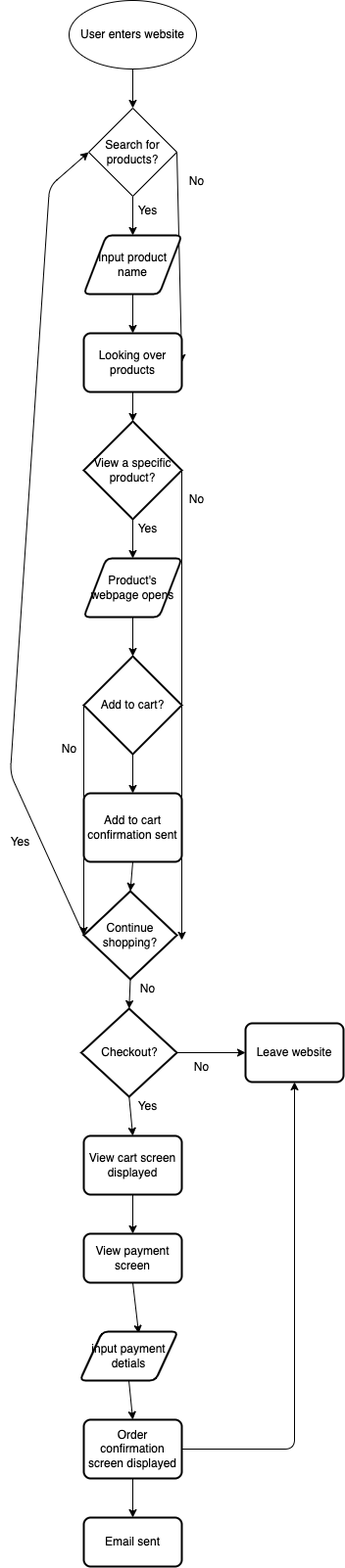
The draw.io diagram explore/diagramming/diagram.drawio.png in akrovvidi/sp24-cse110-lab4, before a commit. Source tidied: cells renumbered, new cells last; positions are measured from the earlier drawing's top-left corner, leaving out a move shared by most shapes. Source of this version:
```xml
<mxGraphModel>
  <root>
    <mxCell id="0" />
    <mxCell id="1" parent="0" />
    <mxCell id="2" style="edgeStyle=none;html=1;exitX=0.5;exitY=1;exitDx=0;exitDy=0;" parent="1" edge="1" source="3" target="6">
      <mxGeometry relative="1" as="geometry" />
    </mxCell>
    <mxCell id="3" value="User enters website" style="ellipse;whiteSpace=wrap;html=1;" parent="1" vertex="1">
      <mxGeometry x="70" width="130" height="70" as="geometry" />
    </mxCell>
    <mxCell id="4" style="edgeStyle=none;html=1;exitX=0.5;exitY=1;exitDx=0;exitDy=0;entryX=0.5;entryY=0;entryDx=0;entryDy=0;" parent="1" edge="1" source="6" target="8">
      <mxGeometry relative="1" as="geometry" />
    </mxCell>
    <mxCell id="5" style="edgeStyle=none;html=1;exitX=1;exitY=0.5;exitDx=0;exitDy=0;entryX=1;entryY=0.5;entryDx=0;entryDy=0;" parent="1" edge="1" source="6" target="10">
      <mxGeometry relative="1" as="geometry" />
    </mxCell>
    <mxCell id="6" value="Search for products?" style="rhombus;whiteSpace=wrap;html=1;" parent="1" vertex="1">
      <mxGeometry x="90" y="110" width="90" height="90" as="geometry" />
    </mxCell>
    <mxCell id="7" style="edgeStyle=none;html=1;exitX=0.5;exitY=1;exitDx=0;exitDy=0;entryX=0.5;entryY=0;entryDx=0;entryDy=0;" parent="1" edge="1" source="8" target="10">
      <mxGeometry relative="1" as="geometry" />
    </mxCell>
    <mxCell id="8" value="Input product name" style="shape=parallelogram;html=1;strokeWidth=2;perimeter=parallelogramPerimeter;whiteSpace=wrap;rounded=1;arcSize=12;size=0.23;" parent="1" vertex="1">
      <mxGeometry x="85" y="240" width="100" height="60" as="geometry" />
    </mxCell>
    <mxCell id="9" style="edgeStyle=none;html=1;exitX=0.5;exitY=1;exitDx=0;exitDy=0;entryX=0.5;entryY=0;entryDx=0;entryDy=0;entryPerimeter=0;" parent="1" edge="1" source="10" target="13">
      <mxGeometry relative="1" as="geometry" />
    </mxCell>
    <mxCell id="10" value="Looking over products" style="rounded=1;whiteSpace=wrap;html=1;absoluteArcSize=1;arcSize=14;strokeWidth=2;" parent="1" vertex="1">
      <mxGeometry x="85" y="340" width="100" height="60" as="geometry" />
    </mxCell>
    <mxCell id="11" style="edgeStyle=none;html=1;exitX=0.5;exitY=1;exitDx=0;exitDy=0;exitPerimeter=0;entryX=0.5;entryY=0;entryDx=0;entryDy=0;" parent="1" edge="1" source="13" target="18">
      <mxGeometry relative="1" as="geometry" />
    </mxCell>
    <mxCell id="12" style="edgeStyle=none;html=1;exitX=1;exitY=0.5;exitDx=0;exitDy=0;exitPerimeter=0;" parent="1" edge="1" source="13">
      <mxGeometry relative="1" as="geometry">
        <mxPoint x="185" y="960" as="targetPoint" />
      </mxGeometry>
    </mxCell>
    <mxCell id="13" value="View a specific product?" style="strokeWidth=2;html=1;shape=mxgraph.flowchart.decision;whiteSpace=wrap;" parent="1" vertex="1">
      <mxGeometry x="85" y="430" width="100" height="100" as="geometry" />
    </mxCell>
    <mxCell id="14" style="edgeStyle=none;html=1;exitX=0;exitY=0.5;exitDx=0;exitDy=0;exitPerimeter=0;entryX=0;entryY=0.5;entryDx=0;entryDy=0;entryPerimeter=0;" parent="1" edge="1" source="16" target="21">
      <mxGeometry relative="1" as="geometry" />
    </mxCell>
    <mxCell id="15" style="edgeStyle=none;html=1;exitX=0.5;exitY=1;exitDx=0;exitDy=0;exitPerimeter=0;entryX=0.5;entryY=0;entryDx=0;entryDy=0;" parent="1" edge="1" source="16" target="26">
      <mxGeometry relative="1" as="geometry" />
    </mxCell>
    <mxCell id="16" value="Add to cart?" style="strokeWidth=2;html=1;shape=mxgraph.flowchart.decision;whiteSpace=wrap;" parent="1" vertex="1">
      <mxGeometry x="85" y="670" width="100" height="100" as="geometry" />
    </mxCell>
    <mxCell id="17" style="edgeStyle=none;html=1;exitX=0.5;exitY=1;exitDx=0;exitDy=0;entryX=0.5;entryY=0;entryDx=0;entryDy=0;entryPerimeter=0;" parent="1" edge="1" source="18" target="16">
      <mxGeometry relative="1" as="geometry" />
    </mxCell>
    <mxCell id="18" value="Product's webpage opens" style="shape=parallelogram;html=1;strokeWidth=2;perimeter=parallelogramPerimeter;whiteSpace=wrap;rounded=1;arcSize=12;size=0.23;" parent="1" vertex="1">
      <mxGeometry x="85" y="570" width="100" height="60" as="geometry" />
    </mxCell>
    <mxCell id="19" style="edgeStyle=none;html=1;exitX=0.5;exitY=1;exitDx=0;exitDy=0;exitPerimeter=0;entryX=0.5;entryY=0;entryDx=0;entryDy=0;entryPerimeter=0;" parent="1" edge="1" source="21" target="24">
      <mxGeometry relative="1" as="geometry" />
    </mxCell>
    <mxCell id="20" style="edgeStyle=none;html=1;exitX=0;exitY=0.5;exitDx=0;exitDy=0;exitPerimeter=0;entryX=0;entryY=0.5;entryDx=0;entryDy=0;" parent="1" edge="1" source="21" target="6">
      <mxGeometry relative="1" as="geometry">
        <Array as="points">
          <mxPoint x="10" y="790" />
          <mxPoint x="50" y="190" />
        </Array>
      </mxGeometry>
    </mxCell>
    <mxCell id="21" value="Continue shopping?" style="strokeWidth=2;html=1;shape=mxgraph.flowchart.decision;whiteSpace=wrap;" parent="1" vertex="1">
      <mxGeometry x="85" y="910" width="95" height="90" as="geometry" />
    </mxCell>
    <mxCell id="22" style="edgeStyle=none;html=1;exitX=0.5;exitY=1;exitDx=0;exitDy=0;exitPerimeter=0;entryX=0.5;entryY=0;entryDx=0;entryDy=0;" parent="1" edge="1" source="24" target="28">
      <mxGeometry relative="1" as="geometry" />
    </mxCell>
    <mxCell id="23" style="edgeStyle=none;html=1;exitX=1;exitY=0.5;exitDx=0;exitDy=0;exitPerimeter=0;entryX=0;entryY=0.5;entryDx=0;entryDy=0;" parent="1" edge="1" source="24" target="45">
      <mxGeometry relative="1" as="geometry" />
    </mxCell>
    <mxCell id="24" value="Checkout?" style="strokeWidth=2;html=1;shape=mxgraph.flowchart.decision;whiteSpace=wrap;" parent="1" vertex="1">
      <mxGeometry x="82.5" y="1030" width="97.5" height="90" as="geometry" />
    </mxCell>
    <mxCell id="25" style="edgeStyle=none;html=1;exitX=0.5;exitY=1;exitDx=0;exitDy=0;entryX=0.5;entryY=0;entryDx=0;entryDy=0;entryPerimeter=0;" parent="1" edge="1" source="26" target="21">
      <mxGeometry relative="1" as="geometry" />
    </mxCell>
    <mxCell id="26" value="Add to cart confirmation sent" style="rounded=1;whiteSpace=wrap;html=1;absoluteArcSize=1;arcSize=14;strokeWidth=2;" parent="1" vertex="1">
      <mxGeometry x="85" y="810" width="100" height="70" as="geometry" />
    </mxCell>
    <mxCell id="27" style="edgeStyle=none;html=1;exitX=0.5;exitY=1;exitDx=0;exitDy=0;entryX=0.5;entryY=0;entryDx=0;entryDy=0;" parent="1" edge="1" source="28" target="30">
      <mxGeometry relative="1" as="geometry" />
    </mxCell>
    <mxCell id="28" value="View cart screen displayed" style="rounded=1;whiteSpace=wrap;html=1;absoluteArcSize=1;arcSize=14;strokeWidth=2;" parent="1" vertex="1">
      <mxGeometry x="85" y="1160" width="100" height="60" as="geometry" />
    </mxCell>
    <mxCell id="29" style="edgeStyle=none;html=1;exitX=0.5;exitY=1;exitDx=0;exitDy=0;entryX=0.6;entryY=0.037;entryDx=0;entryDy=0;entryPerimeter=0;" parent="1" edge="1" source="30" target="32">
      <mxGeometry relative="1" as="geometry" />
    </mxCell>
    <mxCell id="30" value="View payment screen" style="rounded=1;whiteSpace=wrap;html=1;absoluteArcSize=1;arcSize=14;strokeWidth=2;" parent="1" vertex="1">
      <mxGeometry x="85" y="1260" width="100" height="50" as="geometry" />
    </mxCell>
    <mxCell id="31" style="edgeStyle=none;html=1;exitX=0.5;exitY=1;exitDx=0;exitDy=0;entryX=0.5;entryY=0;entryDx=0;entryDy=0;" parent="1" edge="1" source="32" target="35">
      <mxGeometry relative="1" as="geometry" />
    </mxCell>
    <mxCell id="32" value="input payment detials" style="shape=parallelogram;html=1;strokeWidth=2;perimeter=parallelogramPerimeter;whiteSpace=wrap;rounded=1;arcSize=12;size=0.23;" parent="1" vertex="1">
      <mxGeometry x="81" y="1360" width="100" height="50" as="geometry" />
    </mxCell>
    <mxCell id="33" style="edgeStyle=none;html=1;exitX=0.5;exitY=1;exitDx=0;exitDy=0;entryX=0.5;entryY=0;entryDx=0;entryDy=0;" parent="1" edge="1" source="35" target="36">
      <mxGeometry relative="1" as="geometry" />
    </mxCell>
    <mxCell id="34" style="edgeStyle=none;html=1;exitX=1;exitY=0.5;exitDx=0;exitDy=0;entryX=0.5;entryY=1;entryDx=0;entryDy=0;" parent="1" edge="1" source="35" target="45">
      <mxGeometry relative="1" as="geometry">
        <Array as="points">
          <mxPoint x="300" y="1480" />
        </Array>
      </mxGeometry>
    </mxCell>
    <mxCell id="35" value="Order confirmation screen displayed" style="rounded=1;whiteSpace=wrap;html=1;absoluteArcSize=1;arcSize=14;strokeWidth=2;" parent="1" vertex="1">
      <mxGeometry x="85" y="1450" width="100" height="60" as="geometry" />
    </mxCell>
    <mxCell id="36" value="Email sent" style="rounded=1;whiteSpace=wrap;html=1;absoluteArcSize=1;arcSize=14;strokeWidth=2;" parent="1" vertex="1">
      <mxGeometry x="85" y="1550" width="100" height="50" as="geometry" />
    </mxCell>
    <mxCell id="37" value="Yes" style="text;html=1;align=center;verticalAlign=middle;strokeColor=none;fillColor=none;" parent="1" vertex="1">
      <mxGeometry x="130" y="200" width="40" height="30" as="geometry" />
    </mxCell>
    <mxCell id="38" value="No&lt;br&gt;" style="text;html=1;align=center;verticalAlign=middle;strokeColor=none;fillColor=none;" parent="1" vertex="1">
      <mxGeometry x="180" y="170" width="40" height="30" as="geometry" />
    </mxCell>
    <mxCell id="39" value="Yes&lt;br&gt;" style="text;html=1;align=center;verticalAlign=middle;strokeColor=none;fillColor=none;" parent="1" vertex="1">
      <mxGeometry x="130" y="525" width="40" height="30" as="geometry" />
    </mxCell>
    <mxCell id="40" value="No&lt;br&gt;" style="text;html=1;align=center;verticalAlign=middle;strokeColor=none;fillColor=none;" parent="1" vertex="1">
      <mxGeometry x="180" y="495" width="40" height="30" as="geometry" />
    </mxCell>
    <mxCell id="41" value="No&lt;br&gt;" style="text;html=1;align=center;verticalAlign=middle;strokeColor=none;fillColor=none;" parent="1" vertex="1">
      <mxGeometry x="50" y="750" width="40" height="30" as="geometry" />
    </mxCell>
    <mxCell id="42" value="No" style="text;html=1;align=center;verticalAlign=middle;strokeColor=none;fillColor=none;" parent="1" vertex="1">
      <mxGeometry x="130" y="995" width="40" height="30" as="geometry" />
    </mxCell>
    <mxCell id="43" value="Yes&lt;br&gt;" style="text;html=1;align=center;verticalAlign=middle;strokeColor=none;fillColor=none;" parent="1" vertex="1">
      <mxGeometry y="845" width="40" height="30" as="geometry" />
    </mxCell>
    <mxCell id="44" value="Yes" style="text;html=1;align=center;verticalAlign=middle;strokeColor=none;fillColor=none;" parent="1" vertex="1">
      <mxGeometry x="130" y="1115" width="40" height="30" as="geometry" />
    </mxCell>
    <mxCell id="45" value="Leave website" style="rounded=1;whiteSpace=wrap;html=1;absoluteArcSize=1;arcSize=14;strokeWidth=2;" parent="1" vertex="1">
      <mxGeometry x="250" y="1045" width="100" height="60" as="geometry" />
    </mxCell>
    <mxCell id="46" value="No" style="text;html=1;align=center;verticalAlign=middle;strokeColor=none;fillColor=none;" parent="1" vertex="1">
      <mxGeometry x="185" y="1075" width="40" height="30" as="geometry" />
    </mxCell>
  </root>
</mxGraphModel>
```
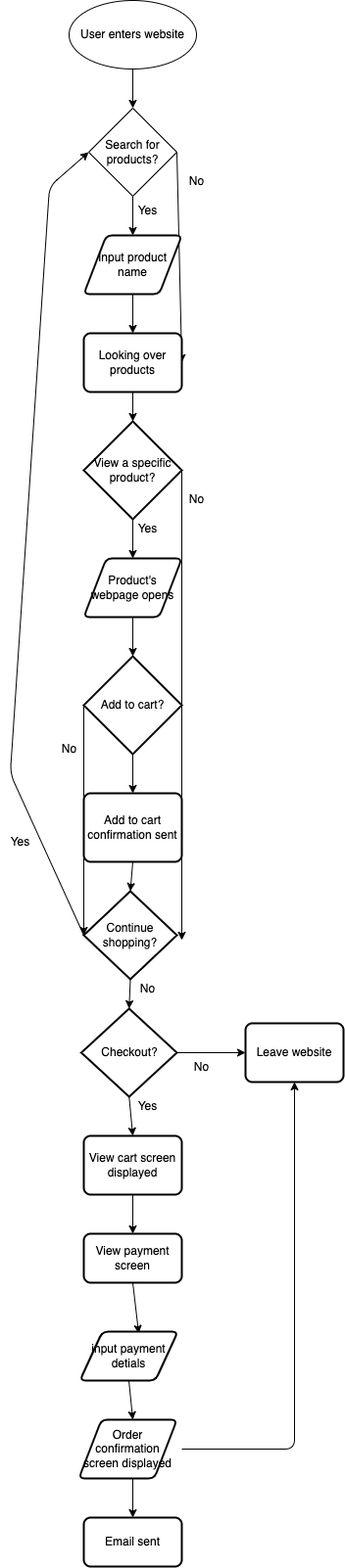
The same diagram one commit later.

What changed in the source:
```diff
@@ -96,25 +96,27 @@
     <mxCell id="30" value="View payment screen" style="rounded=1;whiteSpace=wrap;html=1;absoluteArcSize=1;arcSize=14;strokeWidth=2;" parent="1" vertex="1">
       <mxGeometry x="85" y="1260" width="100" height="50" as="geometry" />
     </mxCell>
-    <mxCell id="31" style="edgeStyle=none;html=1;exitX=0.5;exitY=1;exitDx=0;exitDy=0;entryX=0.5;entryY=0;entryDx=0;entryDy=0;" parent="1" edge="1" source="32" target="35">
-      <mxGeometry relative="1" as="geometry" />
+    <mxCell id="31" style="edgeStyle=none;html=1;exitX=0.5;exitY=1;exitDx=0;exitDy=0;entryX=0.5;entryY=0;entryDx=0;entryDy=0;" parent="1" edge="1" source="32">
+      <mxGeometry relative="1" as="geometry">
+        <mxPoint x="135" y="1450" as="targetPoint" />
+      </mxGeometry>
     </mxCell>
     <mxCell id="32" value="input payment detials" style="shape=parallelogram;html=1;strokeWidth=2;perimeter=parallelogramPerimeter;whiteSpace=wrap;rounded=1;arcSize=12;size=0.23;" parent="1" vertex="1">
       <mxGeometry x="81" y="1360" width="100" height="50" as="geometry" />
     </mxCell>
-    <mxCell id="33" style="edgeStyle=none;html=1;exitX=0.5;exitY=1;exitDx=0;exitDy=0;entryX=0.5;entryY=0;entryDx=0;entryDy=0;" parent="1" edge="1" source="35" target="36">
-      <mxGeometry relative="1" as="geometry" />
+    <mxCell id="33" style="edgeStyle=none;html=1;exitX=0.5;exitY=1;exitDx=0;exitDy=0;entryX=0.5;entryY=0;entryDx=0;entryDy=0;" parent="1" edge="1" target="36">
+      <mxGeometry relative="1" as="geometry">
+        <mxPoint x="135" y="1510" as="sourcePoint" />
+      </mxGeometry>
     </mxCell>
-    <mxCell id="34" style="edgeStyle=none;html=1;exitX=1;exitY=0.5;exitDx=0;exitDy=0;entryX=0.5;entryY=1;entryDx=0;entryDy=0;" parent="1" edge="1" source="35" target="45">
+    <mxCell id="34" style="edgeStyle=none;html=1;exitX=1;exitY=0.5;exitDx=0;exitDy=0;entryX=0.5;entryY=1;entryDx=0;entryDy=0;" parent="1" edge="1" target="45">
       <mxGeometry relative="1" as="geometry">
+        <mxPoint x="185" y="1480" as="sourcePoint" />
         <Array as="points">
           <mxPoint x="300" y="1480" />
         </Array>
       </mxGeometry>
     </mxCell>
-    <mxCell id="35" value="Order confirmation screen displayed" style="rounded=1;whiteSpace=wrap;html=1;absoluteArcSize=1;arcSize=14;strokeWidth=2;" parent="1" vertex="1">
-      <mxGeometry x="85" y="1450" width="100" height="60" as="geometry" />
-    </mxCell>
     <mxCell id="36" value="Email sent" style="rounded=1;whiteSpace=wrap;html=1;absoluteArcSize=1;arcSize=14;strokeWidth=2;" parent="1" vertex="1">
       <mxGeometry x="85" y="1550" width="100" height="50" as="geometry" />
     </mxCell>
@@ -148,5 +150,8 @@
     <mxCell id="46" value="No" style="text;html=1;align=center;verticalAlign=middle;strokeColor=none;fillColor=none;" parent="1" vertex="1">
       <mxGeometry x="185" y="1075" width="40" height="30" as="geometry" />
     </mxCell>
+    <mxCell id="35" value="Order confirmation screen displayed" style="shape=parallelogram;html=1;strokeWidth=2;perimeter=parallelogramPerimeter;whiteSpace=wrap;rounded=1;arcSize=12;size=0.23;" parent="1" vertex="1">
+      <mxGeometry x="80" y="1450" width="100" height="60" as="geometry" />
+    </mxCell>
   </root>
 </mxGraphModel>
```
